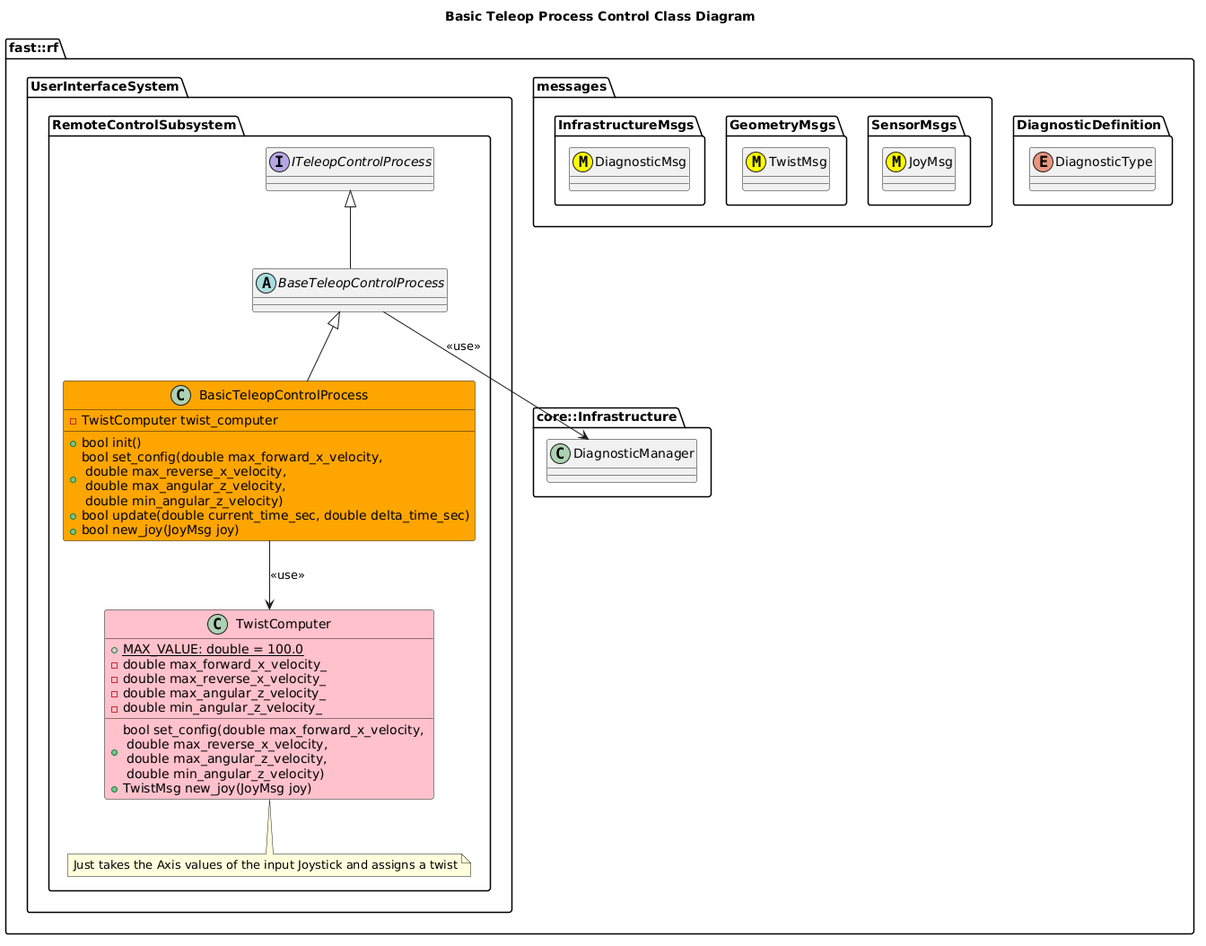
This is Systems/UserInterface/Subsystems/RemoteControl/Processes/TeleopControl/doc/ProcessImplementations/puml/BasicTeleopControlProcessClassDiagram.png from fastrobotics/robot_framework, a PlantUML export, as it was before one commit.
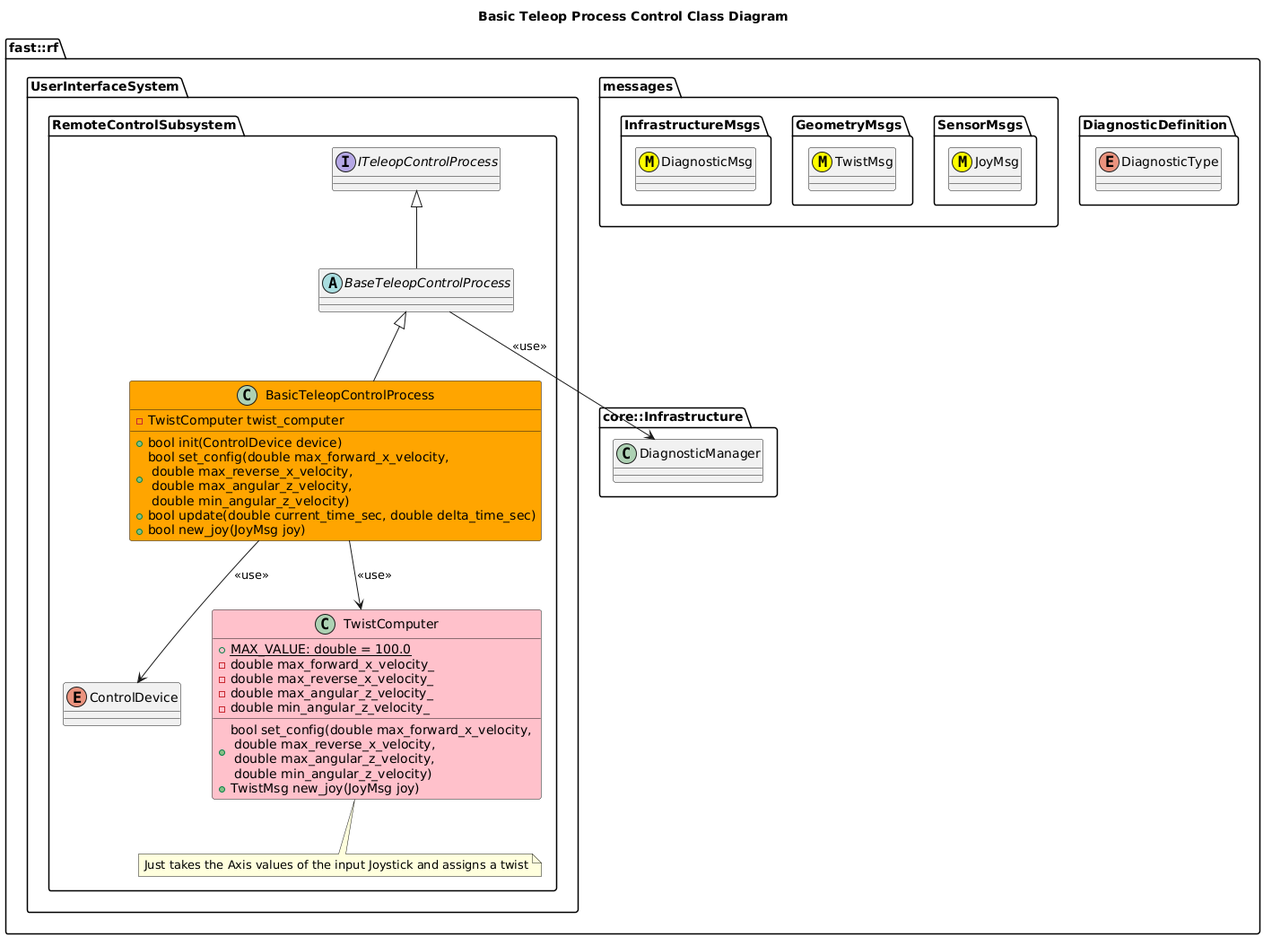
Later version of the same file.

The edit, as a diff of the source:
```diff
@@ -23,6 +23,7 @@
     namespace RemoteControlSubsystem {
         interface ITeleopControlProcess
         abstract BaseTeleopControlProcess
+        enum ControlDevice
         BaseTeleopControlProcess -up-|> ITeleopControlProcess
         BaseTeleopControlProcess --> DiagnosticManager: <<use>>
         class TwistComputer #Pink {
@@ -39,7 +40,7 @@
         end note
         class BasicTeleopControlProcess #Orange {
 
-          +bool init()
+          +bool init(ControlDevice device)
           +bool set_config(double max_forward_x_velocity, \n double max_reverse_x_velocity, \n double max_angular_z_velocity, \n double min_angular_z_velocity)
           +bool update(double current_time_sec, double delta_time_sec)
           +bool new_joy(JoyMsg joy)
@@ -48,6 +49,7 @@
         }
         BasicTeleopControlProcess -up-|> BaseTeleopControlProcess
         BasicTeleopControlProcess --> TwistComputer: <<use>>
+        BasicTeleopControlProcess --> ControlDevice: <<use>>
     }
   }
 }
```
